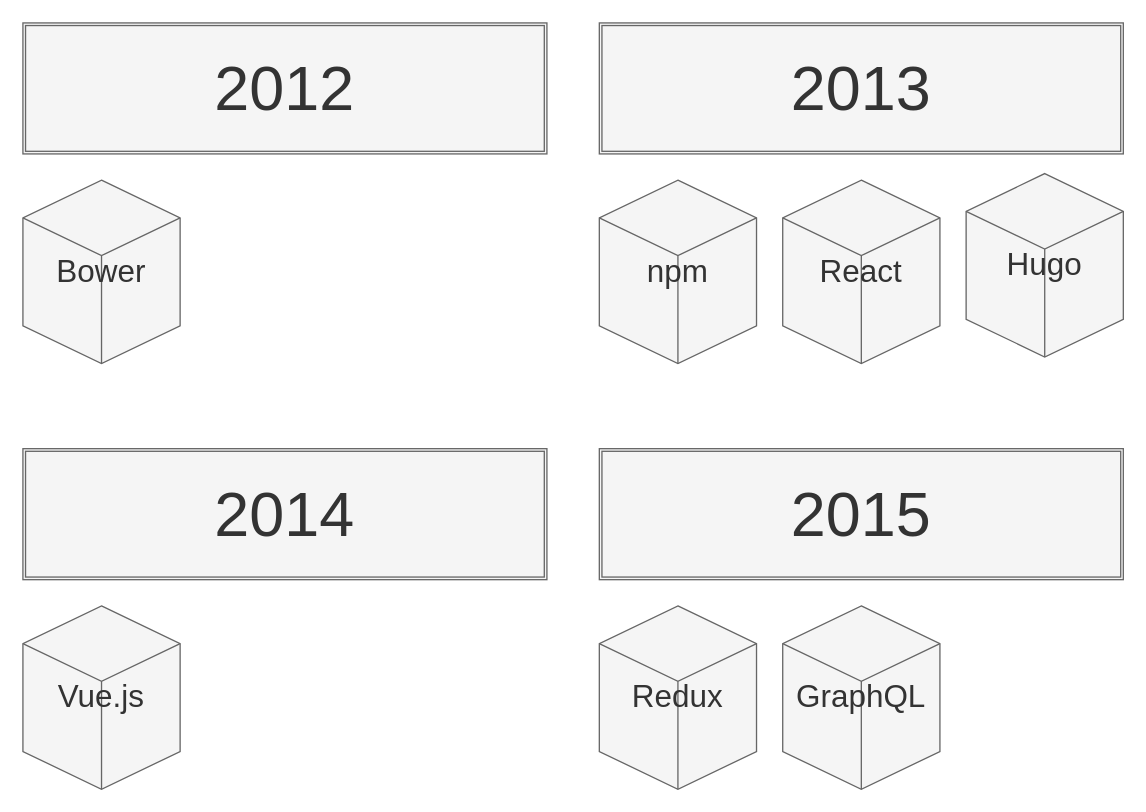
Earlier version of the draw.io diagram assets/images/drawio/02_history_of_frontend_software_2.drawio (silverbirder/Introduction_to_Micro_Frontends). Source tidied: cells renumbered, new cells numbered last; positions are measured from the earlier drawing's top-left corner, leaving out a move shared by most shapes. Both pictures are drawn from the tidied source at 131%, with x=0, y=0 at pixel (22, 22).
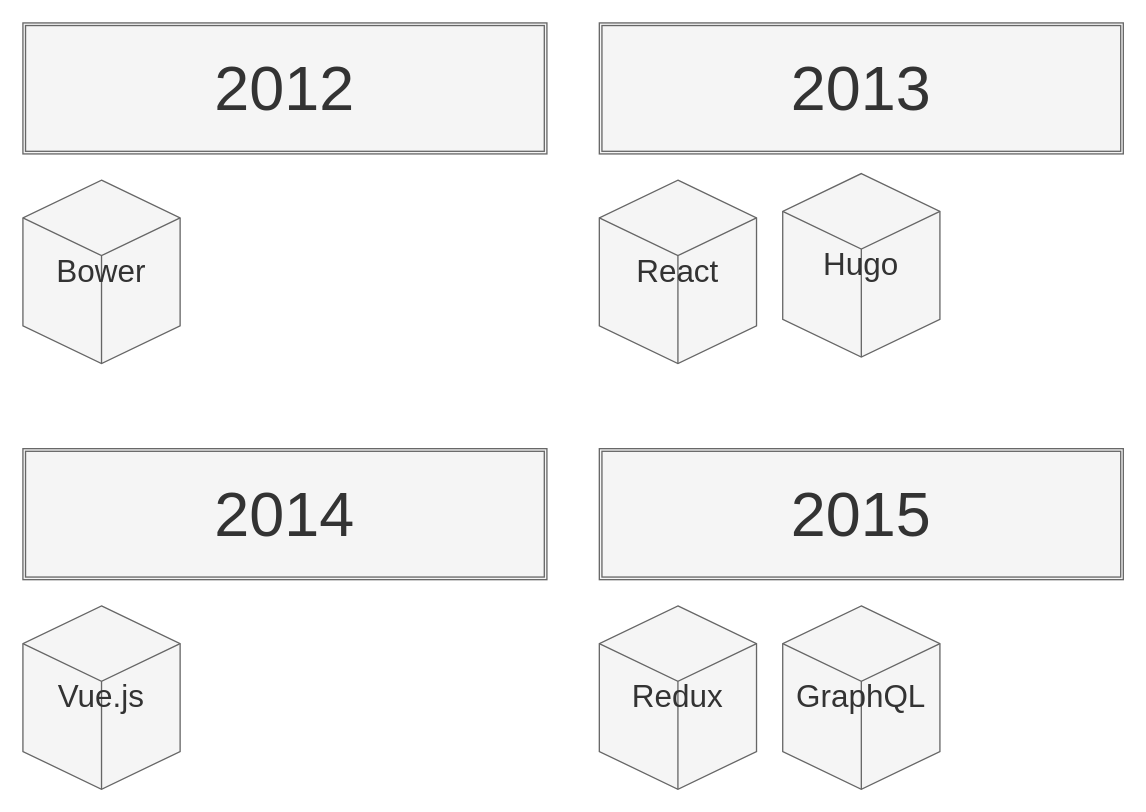
Above is the later version.

What changed in the source:
```diff
@@
 <mxGraphModel>
   <root>
     <mxCell id="0" />
     <mxCell id="1" parent="0" />
     <mxCell id="2" value="&lt;font style=&quot;font-size: 48px&quot;&gt;2012&lt;/font&gt;" style="shape=ext;double=1;rounded=0;whiteSpace=wrap;html=1;shadow=0;sketch=0;fillColor=#f5f5f5;strokeColor=#666666;fontColor=#333333;" parent="1" vertex="1">
       <mxGeometry width="400" height="100" as="geometry" />
     </mxCell>
     <mxCell id="3" value="&lt;font style=&quot;font-size: 24px&quot;&gt;Bower&lt;/font&gt;" style="html=1;whiteSpace=wrap;shape=isoCube2;backgroundOutline=1;isoAngle=15;shadow=0;sketch=0;fillColor=#f5f5f5;strokeColor=#666666;fontColor=#333333;" parent="1" vertex="1">
       <mxGeometry y="120" width="120" height="140" as="geometry" />
     </mxCell>
     <mxCell id="4" value="&lt;font style=&quot;font-size: 48px&quot;&gt;2013&lt;/font&gt;" style="shape=ext;double=1;rounded=0;whiteSpace=wrap;html=1;shadow=0;sketch=0;fillColor=#f5f5f5;strokeColor=#666666;fontColor=#333333;" parent="1" vertex="1">
       <mxGeometry x="440" width="400" height="100" as="geometry" />
     </mxCell>
-    <mxCell id="5" value="&lt;font style=&quot;font-size: 24px&quot;&gt;npm&lt;/font&gt;" style="html=1;whiteSpace=wrap;shape=isoCube2;backgroundOutline=1;isoAngle=15;shadow=0;sketch=0;fillColor=#f5f5f5;strokeColor=#666666;fontColor=#333333;" parent="1" vertex="1">
-      <mxGeometry x="440" y="120" width="120" height="140" as="geometry" />
-    </mxCell>
     <mxCell id="6" value="&lt;font style=&quot;font-size: 24px&quot;&gt;React&lt;/font&gt;" style="html=1;whiteSpace=wrap;shape=isoCube2;backgroundOutline=1;isoAngle=15;shadow=0;sketch=0;fillColor=#f5f5f5;strokeColor=#666666;fontColor=#333333;" parent="1" vertex="1">
-      <mxGeometry x="580" y="120" width="120" height="140" as="geometry" />
+      <mxGeometry x="440" y="120" width="120" height="140" as="geometry" />
     </mxCell>
     <mxCell id="7" value="&lt;font style=&quot;font-size: 24px&quot;&gt;Hugo&lt;/font&gt;" style="html=1;whiteSpace=wrap;shape=isoCube2;backgroundOutline=1;isoAngle=15;shadow=0;sketch=0;fillColor=#f5f5f5;strokeColor=#666666;fontColor=#333333;" parent="1" vertex="1">
-      <mxGeometry x="720" y="115" width="120" height="140" as="geometry" />
+      <mxGeometry x="580" y="115" width="120" height="140" as="geometry" />
     </mxCell>
     <mxCell id="8" value="&lt;font style=&quot;font-size: 48px&quot;&gt;2014&lt;/font&gt;" style="shape=ext;double=1;rounded=0;whiteSpace=wrap;html=1;shadow=0;sketch=0;fillColor=#f5f5f5;strokeColor=#666666;fontColor=#333333;" parent="1" vertex="1">
       <mxGeometry y="325" width="400" height="100" as="geometry" />
     </mxCell>
     <mxCell id="9" value="&lt;font style=&quot;font-size: 24px&quot;&gt;Vue.js&lt;/font&gt;" style="html=1;whiteSpace=wrap;shape=isoCube2;backgroundOutline=1;isoAngle=15;shadow=0;sketch=0;fillColor=#f5f5f5;strokeColor=#666666;fontColor=#333333;" parent="1" vertex="1">
       <mxGeometry y="445" width="120" height="140" as="geometry" />
     </mxCell>
     <mxCell id="10" value="&lt;font style=&quot;font-size: 48px&quot;&gt;2015&lt;/font&gt;" style="shape=ext;double=1;rounded=0;whiteSpace=wrap;html=1;shadow=0;sketch=0;fillColor=#f5f5f5;strokeColor=#666666;fontColor=#333333;" parent="1" vertex="1">
       <mxGeometry x="440" y="325" width="400" height="100" as="geometry" />
     </mxCell>
     <mxCell id="11" value="&lt;font style=&quot;font-size: 24px&quot;&gt;Redux&lt;/font&gt;" style="html=1;whiteSpace=wrap;shape=isoCube2;backgroundOutline=1;isoAngle=15;shadow=0;sketch=0;fillColor=#f5f5f5;strokeColor=#666666;fontColor=#333333;" parent="1" vertex="1">
       <mxGeometry x="440" y="445" width="120" height="140" as="geometry" />
     </mxCell>
     <mxCell id="12" value="&lt;font style=&quot;font-size: 24px&quot;&gt;GraphQL&lt;/font&gt;" style="html=1;whiteSpace=wrap;shape=isoCube2;backgroundOutline=1;isoAngle=15;shadow=0;sketch=0;fillColor=#f5f5f5;strokeColor=#666666;fontColor=#333333;" parent="1" vertex="1">
       <mxGeometry x="580" y="445" width="120" height="140" as="geometry" />
     </mxCell>
   </root>
 </mxGraphModel>
```
